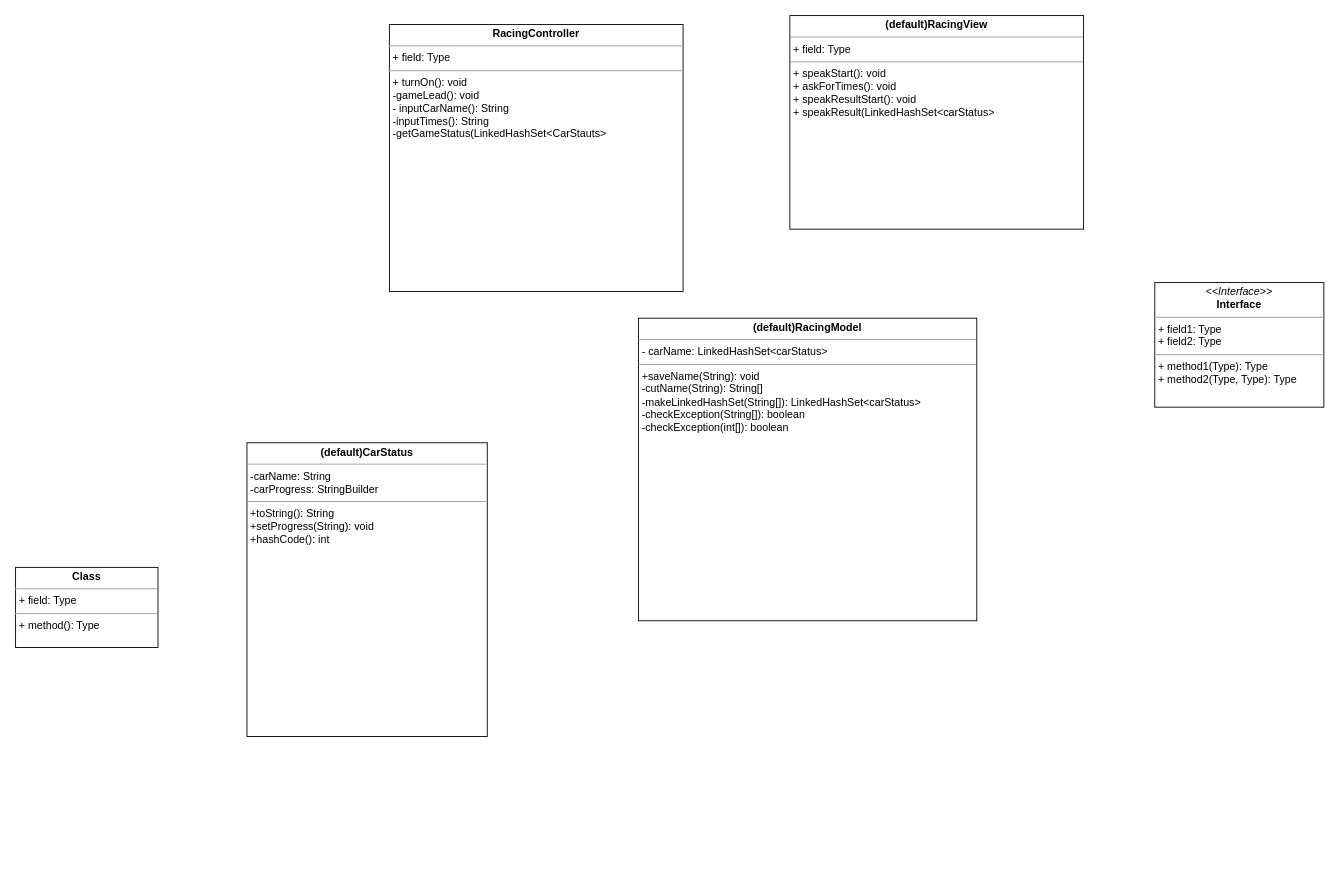
Before: 제목 없는 다이어그램.drawio in FriedHamm/java-racingcar-6, a draw.io diagram. Source tidied: cells renumbered, new cells numbered last; positions are measured from the earlier drawing's top-left corner, leaving out a move shared by most shapes. Both pictures are drawn from the tidied source at 89%, with x=0, y=0 at pixel (15, 15).
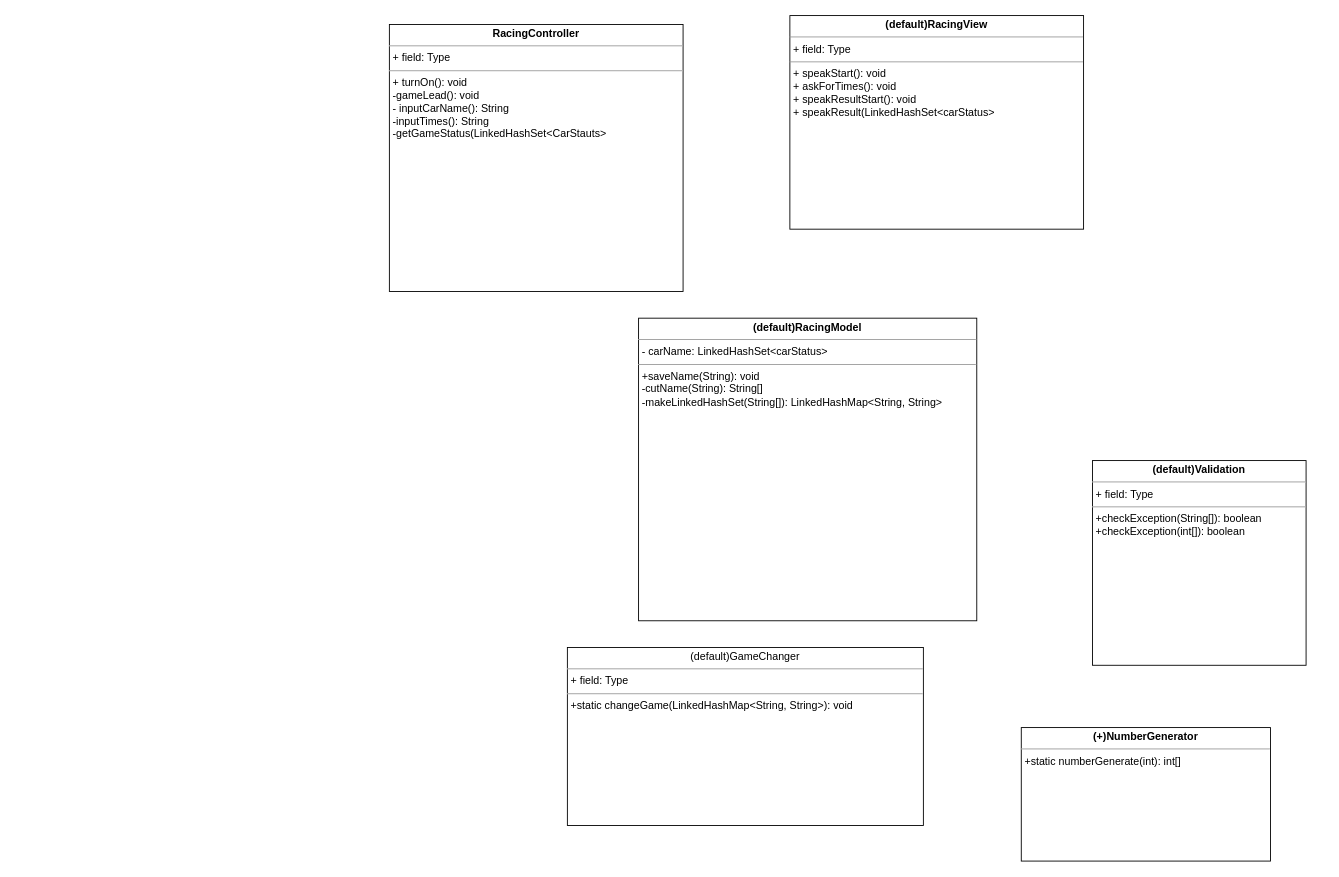
The same diagram, later.

Commit message:
제목 없는 다이어그램.drawio 업데이트

What changed in the source:
```diff
@@
 <mxGraphModel>
   <root>
     <mxCell id="0" />
     <mxCell id="1" parent="0" />
     <mxCell id="2" value="&lt;p style=&quot;margin:0px;margin-top:4px;text-align:center;&quot;&gt;&lt;b&gt;RacingController&lt;/b&gt;&lt;/p&gt;&lt;hr size=&quot;1&quot;&gt;&lt;p style=&quot;margin:0px;margin-left:4px;&quot;&gt;+ field: Type&lt;/p&gt;&lt;hr size=&quot;1&quot;&gt;&lt;p style=&quot;margin:0px;margin-left:4px;&quot;&gt;+ turnOn(): void&lt;/p&gt;&lt;p style=&quot;margin:0px;margin-left:4px;&quot;&gt;-gameLead(): void&lt;/p&gt;&lt;p style=&quot;margin:0px;margin-left:4px;&quot;&gt;- inputCarName(): String&lt;/p&gt;&lt;p style=&quot;margin:0px;margin-left:4px;&quot;&gt;-inputTimes(): String&lt;/p&gt;&lt;p style=&quot;margin:0px;margin-left:4px;&quot;&gt;-getGameStatus(LinkedHashSet&amp;lt;CarStauts&amp;gt;&lt;/p&gt;&lt;p style=&quot;margin:0px;margin-left:4px;&quot;&gt;&lt;br&gt;&lt;/p&gt;&lt;p style=&quot;margin:0px;margin-left:4px;&quot;&gt;&lt;br&gt;&lt;/p&gt;&lt;p style=&quot;margin:0px;margin-left:4px;&quot;&gt;&lt;br&gt;&lt;/p&gt;&lt;p style=&quot;margin:0px;margin-left:4px;&quot;&gt;&lt;br&gt;&lt;/p&gt;&lt;p style=&quot;margin:0px;margin-left:4px;&quot;&gt;&lt;br&gt;&lt;/p&gt;" style="verticalAlign=top;align=left;overflow=fill;fontSize=12;fontFamily=Helvetica;html=1;whiteSpace=wrap;" parent="1" vertex="1">
       <mxGeometry x="420" y="10" width="330" height="300" as="geometry" />
     </mxCell>
-    <mxCell id="3" value="&lt;p style=&quot;margin:0px;margin-top:4px;text-align:center;&quot;&gt;&lt;i&gt;&amp;lt;&amp;lt;Interface&amp;gt;&amp;gt;&lt;/i&gt;&lt;br/&gt;&lt;b&gt;Interface&lt;/b&gt;&lt;/p&gt;&lt;hr size=&quot;1&quot;/&gt;&lt;p style=&quot;margin:0px;margin-left:4px;&quot;&gt;+ field1: Type&lt;br/&gt;+ field2: Type&lt;/p&gt;&lt;hr size=&quot;1&quot;/&gt;&lt;p style=&quot;margin:0px;margin-left:4px;&quot;&gt;+ method1(Type): Type&lt;br/&gt;+ method2(Type, Type): Type&lt;/p&gt;" style="verticalAlign=top;align=left;overflow=fill;fontSize=12;fontFamily=Helvetica;html=1;whiteSpace=wrap;" parent="1" vertex="1">
-      <mxGeometry x="1280" y="300" width="190" height="140" as="geometry" />
-    </mxCell>
     <mxCell id="4" style="edgeStyle=orthogonalEdgeStyle;rounded=0;orthogonalLoop=1;jettySize=auto;html=1;exitX=1;exitY=0.5;exitDx=0;exitDy=0;entryX=1;entryY=0.5;entryDx=0;entryDy=0;" parent="1" edge="1" source="5" target="5">
       <mxGeometry relative="1" as="geometry" />
     </mxCell>
     <mxCell id="5" value="&lt;p style=&quot;margin:0px;margin-top:4px;text-align:center;&quot;&gt;&lt;b&gt;(default)RacingView&lt;/b&gt;&lt;/p&gt;&lt;hr size=&quot;1&quot;&gt;&lt;p style=&quot;margin:0px;margin-left:4px;&quot;&gt;+ field: Type&lt;/p&gt;&lt;hr size=&quot;1&quot;&gt;&lt;p style=&quot;margin:0px;margin-left:4px;&quot;&gt;+ speakStart(): void&lt;/p&gt;&lt;p style=&quot;margin:0px;margin-left:4px;&quot;&gt;+ askForTimes(): void&lt;/p&gt;&lt;p style=&quot;margin:0px;margin-left:4px;&quot;&gt;+ speakResultStart(): void&lt;/p&gt;&lt;p style=&quot;margin:0px;margin-left:4px;&quot;&gt;+ speakResult(LinkedHashSet&amp;lt;carStatus&amp;gt;&lt;/p&gt;&lt;p style=&quot;margin:0px;margin-left:4px;&quot;&gt;&lt;br&gt;&lt;/p&gt;" style="verticalAlign=top;align=left;overflow=fill;fontSize=12;fontFamily=Helvetica;html=1;whiteSpace=wrap;" parent="1" vertex="1">
       <mxGeometry x="870" width="330" height="240" as="geometry" />
     </mxCell>
-    <mxCell id="6" value="&lt;p style=&quot;margin:0px;margin-top:4px;text-align:center;&quot;&gt;&lt;b&gt;(default)RacingModel&lt;/b&gt;&lt;/p&gt;&lt;hr size=&quot;1&quot;&gt;&lt;p style=&quot;margin:0px;margin-left:4px;&quot;&gt;- carName: LinkedHashSet&amp;lt;carStatus&amp;gt;&lt;/p&gt;&lt;hr size=&quot;1&quot;&gt;&lt;p style=&quot;margin:0px;margin-left:4px;&quot;&gt;+saveName(String): void&lt;/p&gt;&lt;p style=&quot;margin:0px;margin-left:4px;&quot;&gt;-cutName(String): String[]&amp;nbsp;&lt;/p&gt;&lt;p style=&quot;margin:0px;margin-left:4px;&quot;&gt;-makeLinkedHashSet(String[]): LinkedHashSet&amp;lt;carStatus&amp;gt;&lt;/p&gt;&lt;p style=&quot;margin:0px;margin-left:4px;&quot;&gt;-checkException(String[]): boolean&lt;/p&gt;&lt;p style=&quot;margin:0px;margin-left:4px;&quot;&gt;-checkException(int[]): boolean&lt;/p&gt;" style="verticalAlign=top;align=left;overflow=fill;fontSize=12;fontFamily=Helvetica;html=1;whiteSpace=wrap;" parent="1" vertex="1">
+    <mxCell id="6" value="&lt;p style=&quot;margin:0px;margin-top:4px;text-align:center;&quot;&gt;&lt;b&gt;(default)RacingModel&lt;/b&gt;&lt;/p&gt;&lt;hr size=&quot;1&quot;&gt;&lt;p style=&quot;margin:0px;margin-left:4px;&quot;&gt;- carName: LinkedHashSet&amp;lt;carStatus&amp;gt;&lt;/p&gt;&lt;hr size=&quot;1&quot;&gt;&lt;p style=&quot;margin:0px;margin-left:4px;&quot;&gt;+saveName(String): void&lt;/p&gt;&lt;p style=&quot;margin:0px;margin-left:4px;&quot;&gt;-cutName(String): String[]&amp;nbsp;&lt;/p&gt;&lt;p style=&quot;margin:0px;margin-left:4px;&quot;&gt;-makeLinkedHashSet(String[]): LinkedHashMap&amp;lt;String, String&amp;gt;&lt;/p&gt;&lt;p style=&quot;margin:0px;margin-left:4px;&quot;&gt;&lt;br&gt;&lt;/p&gt;" style="verticalAlign=top;align=left;overflow=fill;fontSize=12;fontFamily=Helvetica;html=1;whiteSpace=wrap;" parent="1" vertex="1">
       <mxGeometry x="700" y="340" width="380" height="340" as="geometry" />
     </mxCell>
-    <mxCell id="7" value="&lt;p style=&quot;margin:0px;margin-top:4px;text-align:center;&quot;&gt;&lt;b&gt;(default)CarStatus&lt;/b&gt;&lt;/p&gt;&lt;hr size=&quot;1&quot;&gt;&lt;p style=&quot;margin:0px;margin-left:4px;&quot;&gt;-carName: String&lt;/p&gt;&lt;p style=&quot;margin:0px;margin-left:4px;&quot;&gt;-carProgress: StringBuilder&lt;/p&gt;&lt;hr size=&quot;1&quot;&gt;&lt;p style=&quot;margin:0px;margin-left:4px;&quot;&gt;+toString(): String&lt;/p&gt;&lt;p style=&quot;margin:0px;margin-left:4px;&quot;&gt;+setProgress(String): void&lt;/p&gt;&lt;p style=&quot;margin:0px;margin-left:4px;&quot;&gt;+hashCode(): int&lt;/p&gt;" style="verticalAlign=top;align=left;overflow=fill;fontSize=12;fontFamily=Helvetica;html=1;whiteSpace=wrap;" parent="1" vertex="1">
-      <mxGeometry x="260" y="480" width="270" height="330" as="geometry" />
-    </mxCell>
-    <mxCell id="8" value="&lt;p style=&quot;margin:0px;margin-top:4px;text-align:center;&quot;&gt;&lt;b&gt;Class&lt;/b&gt;&lt;/p&gt;&lt;hr size=&quot;1&quot;/&gt;&lt;p style=&quot;margin:0px;margin-left:4px;&quot;&gt;+ field: Type&lt;/p&gt;&lt;hr size=&quot;1&quot;/&gt;&lt;p style=&quot;margin:0px;margin-left:4px;&quot;&gt;+ method(): Type&lt;/p&gt;" style="verticalAlign=top;align=left;overflow=fill;fontSize=12;fontFamily=Helvetica;html=1;whiteSpace=wrap;" parent="1" vertex="1">
-      <mxGeometry y="620" width="160" height="90" as="geometry" />
+    <mxCell id="8" value="&lt;p style=&quot;margin:0px;margin-top:4px;text-align:center;&quot;&gt;(default)GameChanger&lt;/p&gt;&lt;hr size=&quot;1&quot;&gt;&lt;p style=&quot;margin:0px;margin-left:4px;&quot;&gt;+ field: Type&lt;/p&gt;&lt;hr size=&quot;1&quot;&gt;&lt;p style=&quot;margin:0px;margin-left:4px;&quot;&gt;+static changeGame(LinkedHashMap&amp;lt;String, String&amp;gt;): void&lt;/p&gt;" style="verticalAlign=top;align=left;overflow=fill;fontSize=12;fontFamily=Helvetica;html=1;whiteSpace=wrap;" parent="1" vertex="1">
+      <mxGeometry x="620" y="710" width="400" height="200" as="geometry" />
     </mxCell>
+    <mxCell id="9" value="&lt;p style=&quot;margin:0px;margin-top:4px;text-align:center;&quot;&gt;&lt;b&gt;(default)Validation&lt;/b&gt;&lt;/p&gt;&lt;hr size=&quot;1&quot;&gt;&lt;p style=&quot;margin:0px;margin-left:4px;&quot;&gt;+ field: Type&lt;/p&gt;&lt;hr size=&quot;1&quot;&gt;&lt;p style=&quot;border-color: var(--border-color); margin: 0px 0px 0px 4px;&quot;&gt;+checkException(String[]): boolean&lt;/p&gt;&lt;p style=&quot;border-color: var(--border-color); margin: 0px 0px 0px 4px;&quot;&gt;+checkException(int[]): boolean&lt;/p&gt;" style="verticalAlign=top;align=left;overflow=fill;fontSize=12;fontFamily=Helvetica;html=1;whiteSpace=wrap;" parent="1" vertex="1">
+      <mxGeometry x="1210" y="500" width="240" height="230" as="geometry" />
+    </mxCell>
+    <mxCell id="10" value="&lt;p style=&quot;margin:0px;margin-top:4px;text-align:center;&quot;&gt;&lt;b&gt;(+)NumberGenerator&lt;/b&gt;&lt;/p&gt;&lt;hr size=&quot;1&quot;&gt;&lt;p style=&quot;margin:0px;margin-left:4px;&quot;&gt;+static numberGenerate(int): int[]&lt;/p&gt;" style="verticalAlign=top;align=left;overflow=fill;fontSize=12;fontFamily=Helvetica;html=1;whiteSpace=wrap;" parent="1" vertex="1">
+      <mxGeometry x="1130" y="800" width="280" height="150" as="geometry" />
+    </mxCell>
   </root>
 </mxGraphModel>
```
